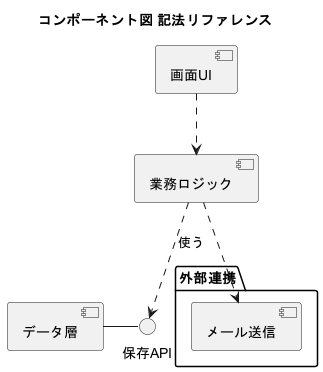
O-TYAN64/plantuml-cheatsheet keeps this PlantUML diagram as Component/_Template_Component.png. Above is the earlier version.
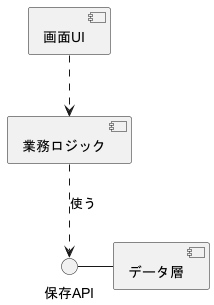
After the change.

Change to the diagram source:
```diff
@@ -1,21 +1,9 @@
 @startuml
-title コンポーネント図 記法リファレンス
-
 component [画面UI] as UI
 component [業務ロジック] as Logic
-component [データ層] as Data
-
 interface "保存API" as Save
 
-Data - Save
-
+Save - [データ層]
 Logic ..> Save : 使う
-
 UI ..> Logic
-
-package "外部連携" {
-  component [メール送信]
-}
-Logic ..> [メール送信]
-
 @enduml
```
